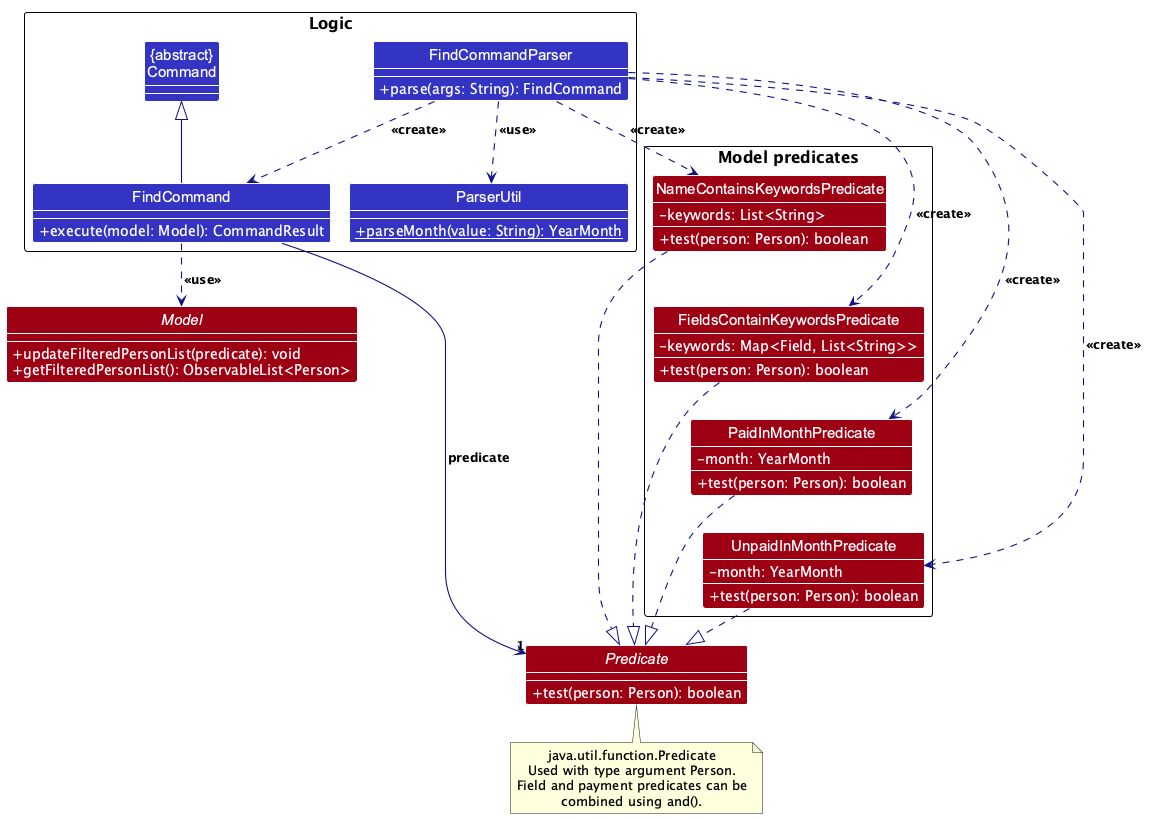
Before: docs/images/FindClassDiagram.png, a diagram exported from PlantUML (AY2627S1-CS2103T-F10-3/tp).
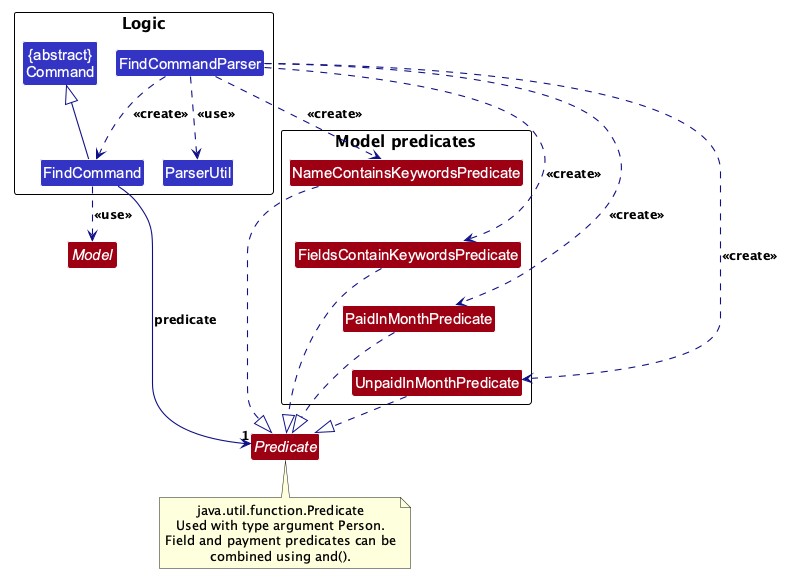
The same diagram one commit later.

Commit message:
Simplify find class diagram

Member details distract from the relationships in the find overview.

Remove fields and methods from the class diagram and regenerate its
image. Keep the detailed sequence diagram to explain execution flow.

What changed in the source:
```diff
@@ -4,52 +4,26 @@
 skinparam arrowThickness 1.1
 skinparam arrowColor LOGIC_COLOR_T4
 skinparam classBackgroundColor LOGIC_COLOR
-skinparam classAttributeIconSize 0
-skinparam classAttributeFontColor #FFFFFF
-show members
 
 package "Logic" {
     class "{abstract}\nCommand" as Command
-    class FindCommand {
-        +execute(model: Model): CommandResult
-    }
-    class FindCommandParser {
-        +parse(args: String): FindCommand
-    }
-    class ParserUtil {
-        {static} +parseMonth(value: String): YearMonth
-    }
+    class FindCommand
+    class FindCommandParser
+    class ParserUtil
 
     FindCommand -up-|> Command
     FindCommandParser ..> FindCommand : <<create>>
     FindCommandParser ..> ParserUtil : <<use>>
 }
 
-interface Predicate MODEL_COLOR {
-    +test(person: Person): boolean
-}
-interface Model MODEL_COLOR {
-    +updateFilteredPersonList(predicate): void
-    +getFilteredPersonList(): ObservableList<Person>
-}
+interface Predicate MODEL_COLOR
+interface Model MODEL_COLOR
 
 package "Model predicates" {
-    class NameContainsKeywordsPredicate MODEL_COLOR {
-        -keywords: List<String>
-        +test(person: Person): boolean
-    }
-    class FieldsContainKeywordsPredicate MODEL_COLOR {
-        -keywords: Map<Field, List<String>>
-        +test(person: Person): boolean
-    }
-    class PaidInMonthPredicate MODEL_COLOR {
-        -month: YearMonth
-        +test(person: Person): boolean
-    }
-    class UnpaidInMonthPredicate MODEL_COLOR {
-        -month: YearMonth
-        +test(person: Person): boolean
-    }
+    class NameContainsKeywordsPredicate MODEL_COLOR
+    class FieldsContainKeywordsPredicate MODEL_COLOR
+    class PaidInMonthPredicate MODEL_COLOR
+    class UnpaidInMonthPredicate MODEL_COLOR
     NameContainsKeywordsPredicate -[hidden]down-> FieldsContainKeywordsPredicate
     FieldsContainKeywordsPredicate -[hidden]down-> PaidInMonthPredicate
     PaidInMonthPredicate -[hidden]down-> UnpaidInMonthPredicate
```
